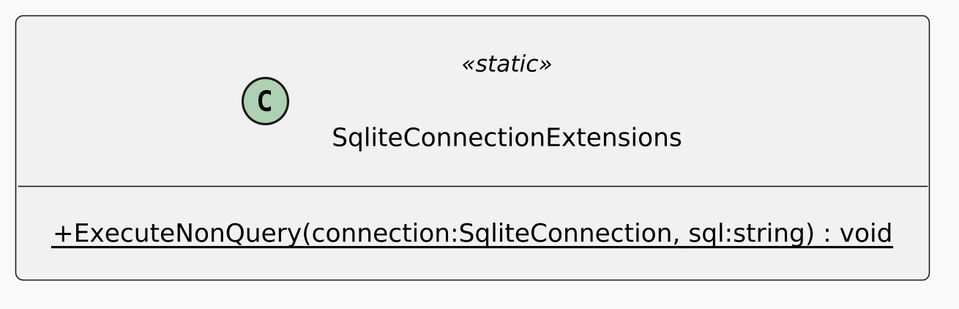
Earlier version of the PlantUML export uml/WikiGraph.Api/Infrastructure/Persistence/SqliteConnectionExtensions.png (Tirth-Thakkar/WikiGraph).
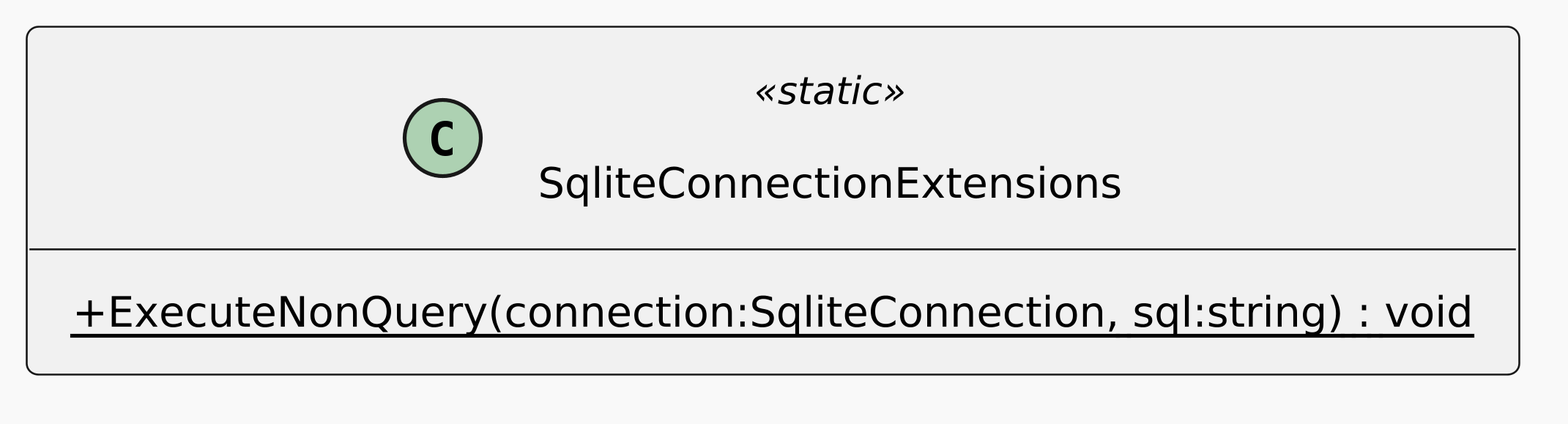
After the commit.

What changed in the source:
```diff
@@ -1,14 +1,14 @@
 @startuml
-skinparamlocked dpi 300
+skinparamlocked dpi 500
 !theme mars
 scale max 1024*768
-top to bottom direction
+left to right direction
 skinparam linetype ortho
 skinparam shadowing false
 skinparam roundCorner 6
-skinparam ranksep 120
-skinparam nodesep 120
-skinparam padding 10
+skinparam ranksep 80
+skinparam nodesep 50
+skinparam padding 6
 skinparam WrapWidth 520
 skinparam DefaultFontSize 12
 skinparam ClassFontSize 13
```
